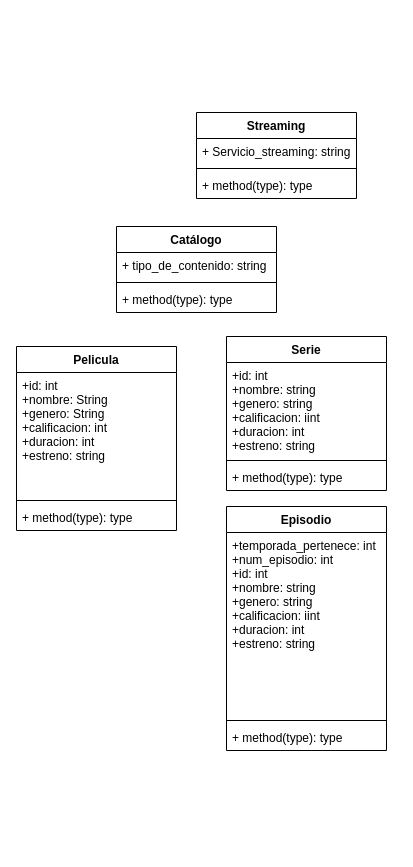
Earlier version of the draw.io diagram streaming.drawio (a01749354/ProyectoIntegrador2). Source tidied: cells renumbered, new cells numbered last; positions are measured from the earlier drawing's top-left corner, leaving out a move shared by most shapes. Both pictures are drawn from the tidied source at 100%, with x=0, y=0 at pixel (16, 112).
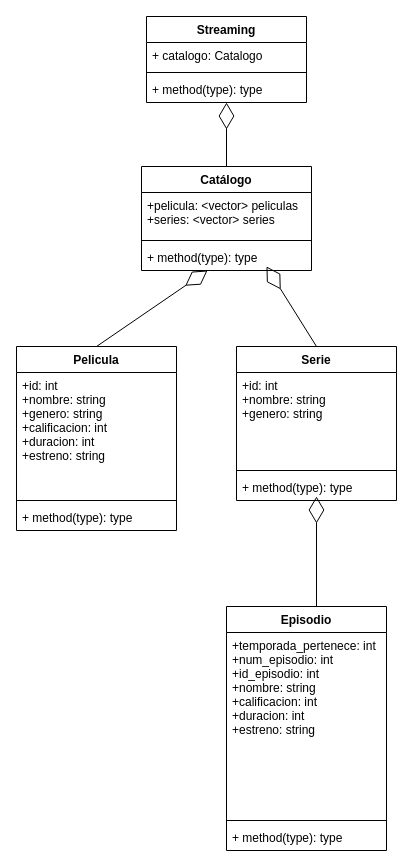
The same diagram, later.

Unchanged cells that the change refers to:
```xml
<mxCell id="2" value="Pelicula" style="swimlane;fontStyle=1;align=center;verticalAlign=top;horizontal=1;startSize=26;" parent="1" vertex="1">
  <mxGeometry y="234" width="160" height="184" as="geometry" />
</mxCell>
<mxCell id="9" value="+ method(type): type" style="text;strokeColor=none;fillColor=none;align=left;verticalAlign=top;spacingLeft=4;spacingRight=4;overflow=hidden;points=[[0,0.5],[1,0.5]];portConstraint=eastwest;" parent="6" vertex="1">
  <mxGeometry y="128" width="160" height="26" as="geometry" />
</mxCell>
<mxCell id="17" value="+ method(type): type" style="text;strokeColor=none;fillColor=none;align=left;verticalAlign=top;spacingLeft=4;spacingRight=4;overflow=hidden;points=[[0,0.5],[1,0.5]];portConstraint=eastwest;" parent="14" vertex="1">
  <mxGeometry y="60" width="160" height="26" as="geometry" />
</mxCell>
```

The edit, as a diff of the source:
```diff
@@
-    <mxCell id="3" value="+id: int&#10;+nombre: String&#10;+genero: String&#10;+calificacion: int&#10;+duracion: int&#10;+estreno: string" style="text;strokeColor=none;fillColor=none;align=left;verticalAlign=top;spacingLeft=4;spacingRight=4;overflow=hidden;" parent="2" vertex="1">
+    <mxCell id="3" value="+id: int&#10;+nombre: string&#10;+genero: string&#10;+calificacion: int&#10;+duracion: int&#10;+estreno: string" style="text;strokeColor=none;fillColor=none;align=left;verticalAlign=top;spacingLeft=4;spacingRight=4;overflow=hidden;" parent="2" vertex="1">
       <mxGeometry y="26" width="160" height="124" as="geometry" />
     </mxCell>
@@
     <mxCell id="6" value="Serie" style="swimlane;fontStyle=1;align=center;verticalAlign=top;horizontal=1;startSize=26;" parent="1" vertex="1">
-      <mxGeometry x="210" y="224" width="160" height="154" as="geometry" />
+      <mxGeometry x="220" y="234" width="160" height="154" as="geometry" />
     </mxCell>
-    <mxCell id="7" value="+id: int&#10;+nombre: string&#10;+genero: string&#10;+calificacion: iint&#10;+duracion: int&#10;+estreno: string" style="text;strokeColor=none;fillColor=none;align=left;verticalAlign=top;spacingLeft=4;spacingRight=4;overflow=hidden;" parent="6" vertex="1">
+    <mxCell id="7" value="+id: int&#10;+nombre: string&#10;+genero: string" style="text;strokeColor=none;fillColor=none;align=left;verticalAlign=top;spacingLeft=4;spacingRight=4;overflow=hidden;" parent="6" vertex="1">
       <mxGeometry y="26" width="160" height="94" as="geometry" />
     </mxCell>
@@
     <mxCell id="10" value="Catálogo" style="swimlane;fontStyle=1;align=center;verticalAlign=top;horizontal=1;startSize=26;" parent="1" vertex="1">
-      <mxGeometry x="100" y="114" width="160" height="86" as="geometry" />
+      <mxGeometry x="125" y="54" width="170" height="104" as="geometry" />
     </mxCell>
-    <mxCell id="11" value="+ tipo_de_contenido: string" style="text;strokeColor=none;fillColor=none;align=left;verticalAlign=top;spacingLeft=4;spacingRight=4;overflow=hidden;" parent="10" vertex="1">
-      <mxGeometry y="26" width="160" height="26" as="geometry" />
+    <mxCell id="11" value="+pelicula: &lt;vector&gt; peliculas&#10;+series: &lt;vector&gt; series" style="text;strokeColor=none;fillColor=none;align=left;verticalAlign=top;spacingLeft=4;spacingRight=4;overflow=hidden;" parent="10" vertex="1">
+      <mxGeometry y="26" width="170" height="44" as="geometry" />
     </mxCell>
     <mxCell id="12" style="line;strokeWidth=1;fillColor=none;align=left;verticalAlign=middle;spacingTop=-1;spacingLeft=3;spacingRight=3;labelPosition=right;" parent="10" vertex="1">
-      <mxGeometry y="52" width="160" height="8" as="geometry" />
+      <mxGeometry y="70" width="170" height="8" as="geometry" />
     </mxCell>
     <mxCell id="13" value="+ method(type): type" style="text;strokeColor=none;fillColor=none;align=left;verticalAlign=top;spacingLeft=4;spacingRight=4;overflow=hidden;points=[[0,0.5],[1,0.5]];portConstraint=eastwest;" parent="10" vertex="1">
-      <mxGeometry y="60" width="160" height="26" as="geometry" />
+      <mxGeometry y="78" width="170" height="26" as="geometry" />
     </mxCell>
     <mxCell id="14" value="Streaming" style="swimlane;fontStyle=1;align=center;verticalAlign=top;horizontal=1;startSize=26;" parent="1" vertex="1">
-      <mxGeometry x="180" width="160" height="86" as="geometry" />
+      <mxGeometry x="130" y="-96" width="160" height="86" as="geometry" />
     </mxCell>
-    <mxCell id="15" value="+ Servicio_streaming: string" style="text;strokeColor=none;fillColor=none;align=left;verticalAlign=top;spacingLeft=4;spacingRight=4;overflow=hidden;" parent="14" vertex="1">
+    <mxCell id="15" value="+ catalogo: Catalogo" style="text;strokeColor=none;fillColor=none;align=left;verticalAlign=top;spacingLeft=4;spacingRight=4;overflow=hidden;" parent="14" vertex="1">
       <mxGeometry y="26" width="160" height="26" as="geometry" />
     </mxCell>
@@
     <mxCell id="18" value="Episodio" style="swimlane;fontStyle=1;align=center;verticalAlign=top;horizontal=1;startSize=26;" parent="1" vertex="1">
-      <mxGeometry x="210" y="394" width="160" height="244" as="geometry" />
+      <mxGeometry x="210" y="494" width="160" height="244" as="geometry" />
     </mxCell>
-    <mxCell id="19" value="+temporada_pertenece: int&#10;+num_episodio: int&#10;+id: int&#10;+nombre: string&#10;+genero: string&#10;+calificacion: iint&#10;+duracion: int&#10;+estreno: string" style="text;strokeColor=none;fillColor=none;align=left;verticalAlign=top;spacingLeft=4;spacingRight=4;overflow=hidden;" parent="18" vertex="1">
+    <mxCell id="19" value="+temporada_pertenece: int&#10;+num_episodio: int&#10;+id_episodio: int&#10;+nombre: string&#10;+calificacion: int&#10;+duracion: int&#10;+estreno: string" style="text;strokeColor=none;fillColor=none;align=left;verticalAlign=top;spacingLeft=4;spacingRight=4;overflow=hidden;" parent="18" vertex="1">
       <mxGeometry y="26" width="160" height="184" as="geometry" />
     </mxCell>
@@
+    <mxCell id="22" style="endArrow=diamondThin;endFill=0;endSize=24;html=1;exitX=0.5;exitY=0;exitDx=0;exitDy=0;" parent="1" edge="1" source="10" target="17">
+      <mxGeometry relative="1" as="geometry" />
+    </mxCell>
+    <mxCell id="23" style="endArrow=diamondThin;endFill=0;endSize=24;html=1;exitX=0.5;exitY=0;exitDx=0;exitDy=0;entryX=0.735;entryY=0.846;entryDx=0;entryDy=0;entryPerimeter=0;" parent="1" edge="1" source="6" target="13">
+      <mxGeometry relative="1" as="geometry" />
+    </mxCell>
+    <mxCell id="24" style="endArrow=diamondThin;endFill=0;endSize=24;html=1;exitX=0.5;exitY=0;exitDx=0;exitDy=0;" parent="1" edge="1" target="13">
+      <mxGeometry relative="1" as="geometry">
+        <mxPoint x="80" y="234" as="sourcePoint" />
+      </mxGeometry>
+    </mxCell>
+    <mxCell id="25" style="endArrow=diamondThin;endFill=0;endSize=24;html=1;exitX=0.5;exitY=0;exitDx=0;exitDy=0;entryX=0.5;entryY=0.846;entryDx=0;entryDy=0;entryPerimeter=0;" parent="1" edge="1" target="9">
+      <mxGeometry relative="1" as="geometry">
+        <mxPoint x="300" y="494" as="sourcePoint" />
+      </mxGeometry>
+    </mxCell>
```
